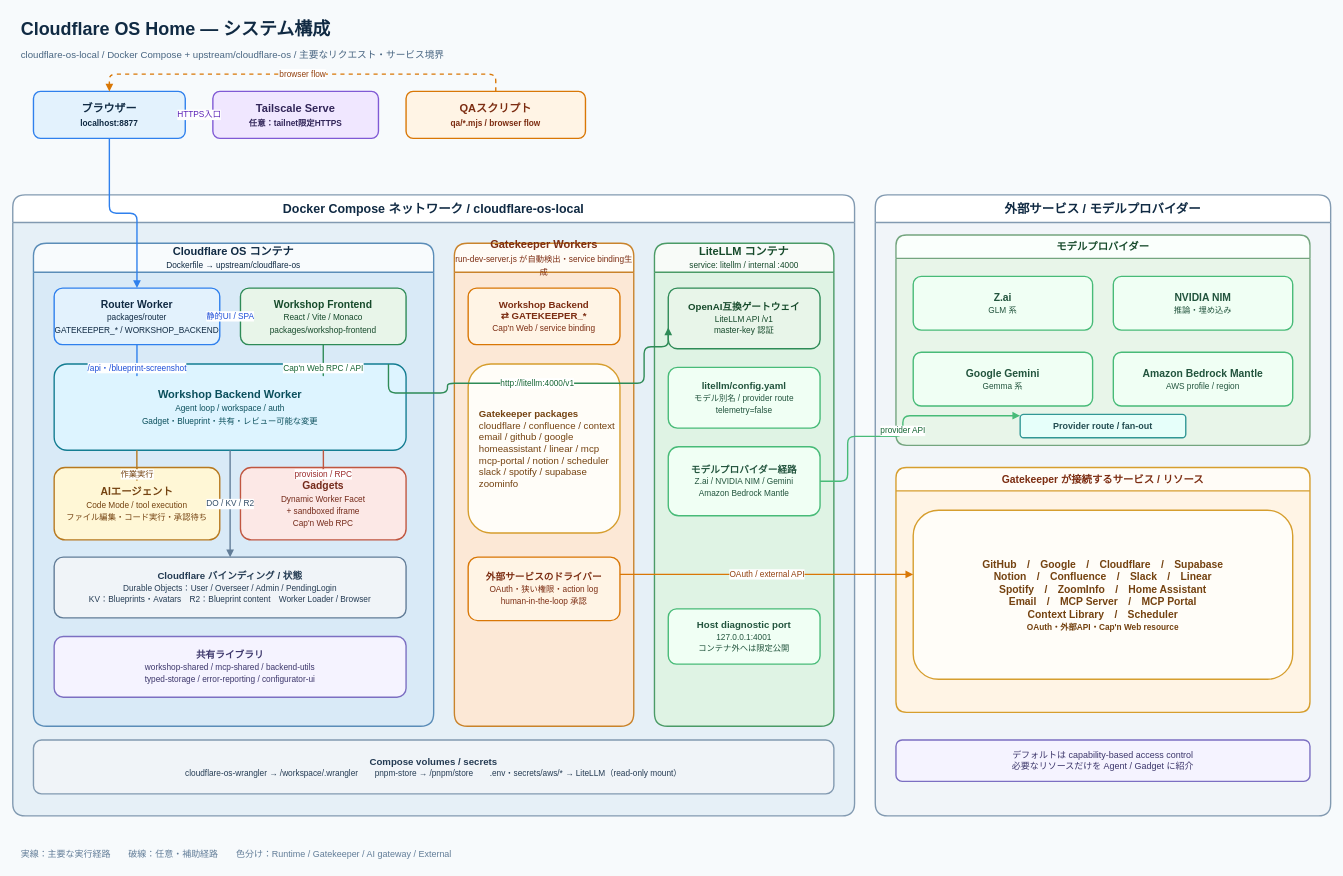
Sunwood-ai-labs/cloudflare-os-home keeps this draw.io diagram as page "システム構成" (1 of 2) of docs/cloudflare-os-architecture.drawio. Above is the earlier version. Source tidied: cells renumbered, new cells numbered last; positions are measured from the earlier drawing's top-left corner, leaving out a move shared by most shapes. Both pictures are drawn from the tidied source at 69%, with x=0, y=0 at pixel (12, 12).
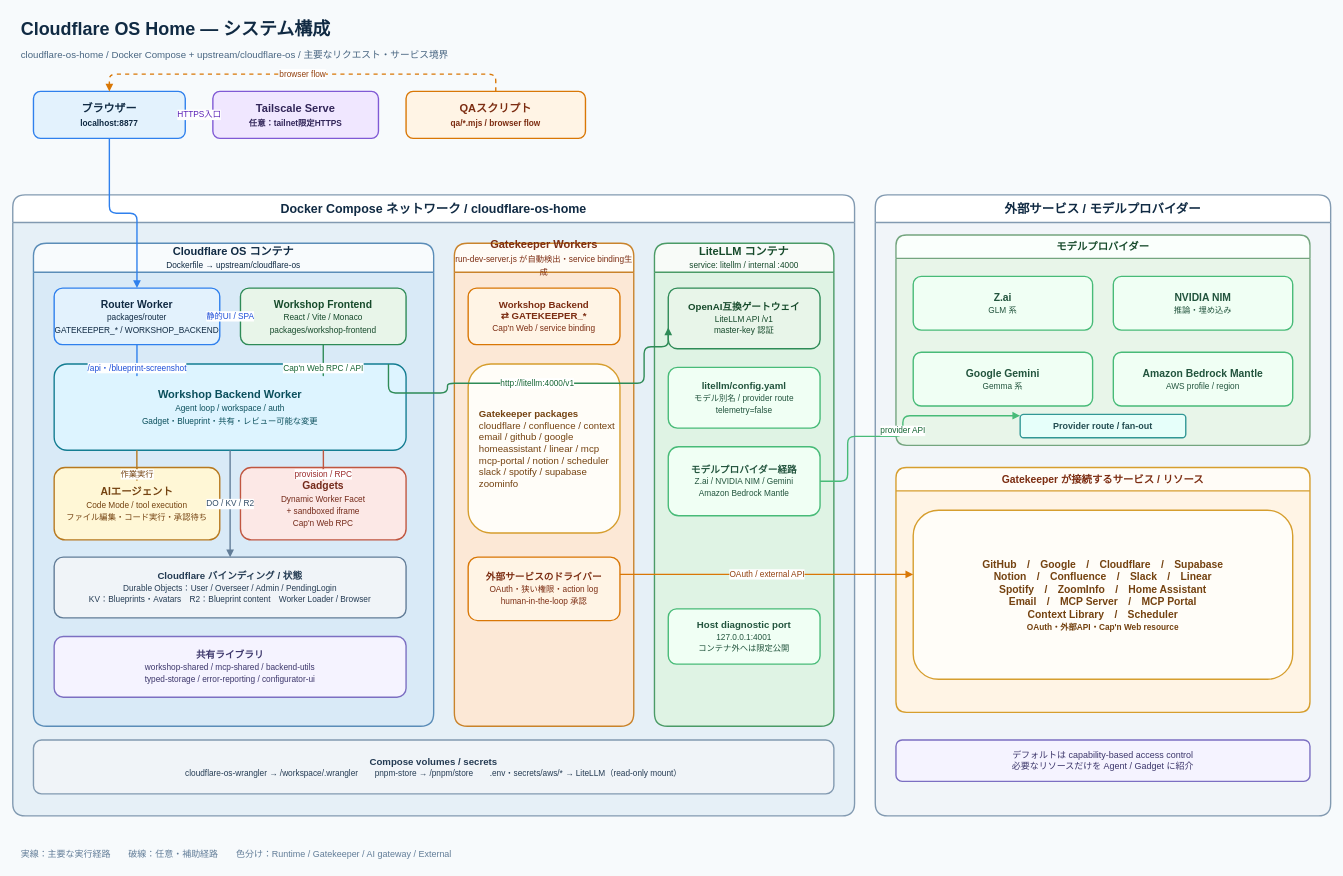
The same page after the edit.

Commit message (it also covers changes not shown here):
docs: rename diagram labels to cloudflare-os-home

Change to the diagram source:
```diff
@@
-    <mxCell id="3" value="cloudflare-os-local / Docker Compose + upstream/cloudflare-os / 主要なリクエスト・サービス境界" style="text;html=1;strokeColor=none;fillColor=none;align=left;verticalAlign=middle;fontSize=14;fontFamily=Noto Sans JP;fontColor=#486581;" parent="1" vertex="1">
+    <mxCell id="3" value="cloudflare-os-home / Docker Compose + upstream/cloudflare-os / 主要なリクエスト・サービス境界" style="text;html=1;strokeColor=none;fillColor=none;align=left;verticalAlign=middle;fontSize=14;fontFamily=Noto Sans JP;fontColor=#486581;" parent="1" vertex="1">
       <mxGeometry x="10" y="47" width="1900" height="30" as="geometry" />
     </mxCell>
@@
-    <mxCell id="7" value="Docker Compose ネットワーク / cloudflare-os-local" style="swimlane;html=1;rounded=1;startSize=40;fillColor=#FFFFFF;swimlaneFillColor=#E6F0F7;strokeColor=#829AB1;strokeWidth=2;fontSize=18;fontStyle=1;fontFamily=Noto Sans JP;fontColor=#102A43;whiteSpace=wrap;" parent="1" vertex="1">
+    <mxCell id="7" value="Docker Compose ネットワーク / cloudflare-os-home" style="swimlane;html=1;rounded=1;startSize=40;fillColor=#FFFFFF;swimlaneFillColor=#E6F0F7;strokeColor=#829AB1;strokeWidth=2;fontSize=18;fontStyle=1;fontFamily=Noto Sans JP;fontColor=#102A43;whiteSpace=wrap;" parent="1" vertex="1">
       <mxGeometry y="265" width="1220" height="900" as="geometry" />
     </mxCell>
```
